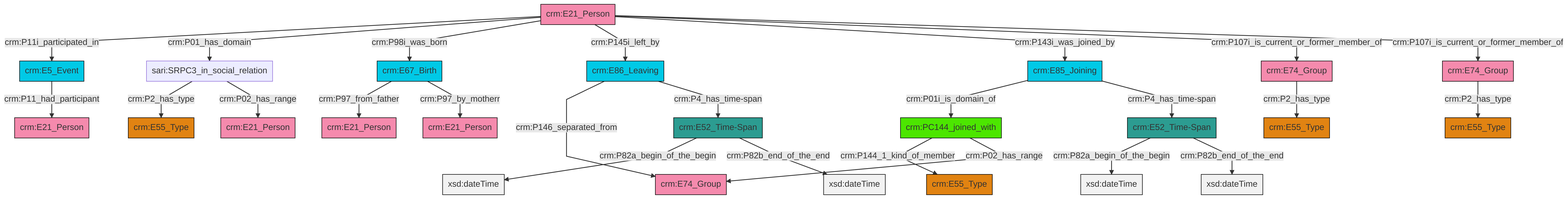
Earlier version of the Mermaid export et/personCSV/ttl/mmd/png/Person_Actor_Relations.png (swiss-art-research-net/docs.swissartresearch). Its source is kept beside it as et/personCSV/ttl/mmd/Person_Actor_Relations.ttl.mmd.
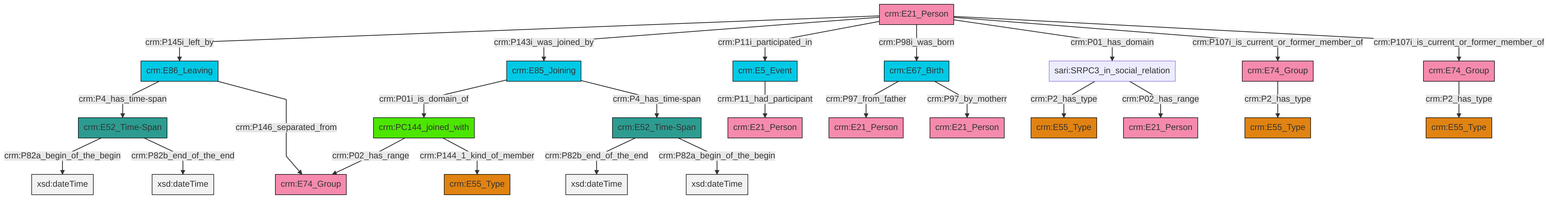
Above is the later version.

Change to the diagram source:
```diff
@@ -13,27 +13,27 @@
 classDef PC_Classes fill:#4ce600, stroke:#000000;
 classDef Multi fill:#cccccc,stroke:#000000;
 
-0["crm:E67_Birth"]:::Temporal_Entity -->|crm:P97_from_father| 1["crm:E21_Person"]:::Actor
-2["crm:E21_Person"]:::Actor -->|crm:P11i_participated_in| 3["crm:E5_Event"]:::Temporal_Entity
-2["crm:E21_Person"]:::Actor -->|crm:P01_has_domain| 6["sari:SRPC3_in_social_relation"]:::Default
-2["crm:E21_Person"]:::Actor -->|crm:P98i_was_born| 0["crm:E67_Birth"]:::Temporal_Entity
-2["crm:E21_Person"]:::Actor -->|crm:P145i_left_by| 7["crm:E86_Leaving"]:::Temporal_Entity
-6["sari:SRPC3_in_social_relation"]:::Default -->|crm:P2_has_type| 12["crm:E55_Type"]:::Type
-13["crm:E74_Group"]:::Actor -->|crm:P2_has_type| 9["crm:E55_Type"]:::Type
-2["crm:E21_Person"]:::Actor -->|crm:P143i_was_joined_by| 16["crm:E85_Joining"]:::Temporal_Entity
-7["crm:E86_Leaving"]:::Temporal_Entity -->|crm:P146_separated_from| 22["crm:E74_Group"]:::Actor
-23["crm:PC144_joined_with"]:::PC_Classes -->|crm:P144_1_kind_of_member| 24["crm:E55_Type"]:::Type
-2["crm:E21_Person"]:::Actor -->|crm:P107i_is_current_or_former_member_of| 13["crm:E74_Group"]:::Actor
-25["crm:E52_Time-Span"]:::Time-Span -->|crm:P82a_begin_of_the_begin| 26[xsd:dateTime]:::Literal
-3["crm:E5_Event"]:::Temporal_Entity -->|crm:P11_had_participant| 20["crm:E21_Person"]:::Actor
-23["crm:PC144_joined_with"]:::PC_Classes -->|crm:P02_has_range| 22["crm:E74_Group"]:::Actor
-25["crm:E52_Time-Span"]:::Time-Span -->|crm:P82b_end_of_the_end| 30[xsd:dateTime]:::Literal
-16["crm:E85_Joining"]:::Temporal_Entity -->|crm:P01i_is_domain_of| 23["crm:PC144_joined_with"]:::PC_Classes
-6["sari:SRPC3_in_social_relation"]:::Default -->|crm:P02_has_range| 18["crm:E21_Person"]:::Actor
-7["crm:E86_Leaving"]:::Temporal_Entity -->|crm:P4_has_time-span| 31["crm:E52_Time-Span"]:::Time-Span
-31["crm:E52_Time-Span"]:::Time-Span -->|crm:P82a_begin_of_the_begin| 32[xsd:dateTime]:::Literal
-16["crm:E85_Joining"]:::Temporal_Entity -->|crm:P4_has_time-span| 25["crm:E52_Time-Span"]:::Time-Span
-38["crm:E74_Group"]:::Actor -->|crm:P2_has_type| 4["crm:E55_Type"]:::Type
-31["crm:E52_Time-Span"]:::Time-Span -->|crm:P82b_end_of_the_end| 44[xsd:dateTime]:::Literal
-2["crm:E21_Person"]:::Actor -->|crm:P107i_is_current_or_former_member_of| 38["crm:E74_Group"]:::Actor
-0["crm:E67_Birth"]:::Temporal_Entity -->|crm:P97_by_motherr| 28["crm:E21_Person"]:::Actor
+6["crm:PC144_joined_with"]:::PC_Classes -->|crm:P02_has_range| 7["crm:E74_Group"]:::Actor
+8["crm:E52_Time-Span"]:::Time-Span -->|crm:P82b_end_of_the_end| 9[xsd:dateTime]:::Literal
+10["crm:E86_Leaving"]:::Temporal_Entity -->|crm:P4_has_time-span| 11["crm:E52_Time-Span"]:::Time-Span
+10["crm:E86_Leaving"]:::Temporal_Entity -->|crm:P146_separated_from| 7["crm:E74_Group"]:::Actor
+6["crm:PC144_joined_with"]:::PC_Classes -->|crm:P144_1_kind_of_member| 4["crm:E55_Type"]:::Type
+14["crm:E21_Person"]:::Actor -->|crm:P145i_left_by| 10["crm:E86_Leaving"]:::Temporal_Entity
+8["crm:E52_Time-Span"]:::Time-Span -->|crm:P82a_begin_of_the_begin| 15[xsd:dateTime]:::Literal
+14["crm:E21_Person"]:::Actor -->|crm:P143i_was_joined_by| 2["crm:E85_Joining"]:::Temporal_Entity
+18["crm:E74_Group"]:::Actor -->|crm:P2_has_type| 19["crm:E55_Type"]:::Type
+25["crm:E74_Group"]:::Actor -->|crm:P2_has_type| 0["crm:E55_Type"]:::Type
+16["sari:SRPC3_in_social_relation"]:::Default -->|crm:P2_has_type| 26["crm:E55_Type"]:::Type
+12["crm:E67_Birth"]:::Temporal_Entity -->|crm:P97_from_father| 29["crm:E21_Person"]:::Actor
+12["crm:E67_Birth"]:::Temporal_Entity -->|crm:P97_by_motherr| 27["crm:E21_Person"]:::Actor
+11["crm:E52_Time-Span"]:::Time-Span -->|crm:P82a_begin_of_the_begin| 30[xsd:dateTime]:::Literal
+16["sari:SRPC3_in_social_relation"]:::Default -->|crm:P02_has_range| 23["crm:E21_Person"]:::Actor
+38["crm:E5_Event"]:::Temporal_Entity -->|crm:P11_had_participant| 40["crm:E21_Person"]:::Actor
+14["crm:E21_Person"]:::Actor -->|crm:P11i_participated_in| 38["crm:E5_Event"]:::Temporal_Entity
+11["crm:E52_Time-Span"]:::Time-Span -->|crm:P82b_end_of_the_end| 41[xsd:dateTime]:::Literal
+2["crm:E85_Joining"]:::Temporal_Entity -->|crm:P01i_is_domain_of| 6["crm:PC144_joined_with"]:::PC_Classes
+14["crm:E21_Person"]:::Actor -->|crm:P98i_was_born| 12["crm:E67_Birth"]:::Temporal_Entity
+2["crm:E85_Joining"]:::Temporal_Entity -->|crm:P4_has_time-span| 8["crm:E52_Time-Span"]:::Time-Span
+14["crm:E21_Person"]:::Actor -->|crm:P01_has_domain| 16["sari:SRPC3_in_social_relation"]:::Default
+14["crm:E21_Person"]:::Actor -->|crm:P107i_is_current_or_former_member_of| 18["crm:E74_Group"]:::Actor
+14["crm:E21_Person"]:::Actor -->|crm:P107i_is_current_or_former_member_of| 25["crm:E74_Group"]:::Actor
```
